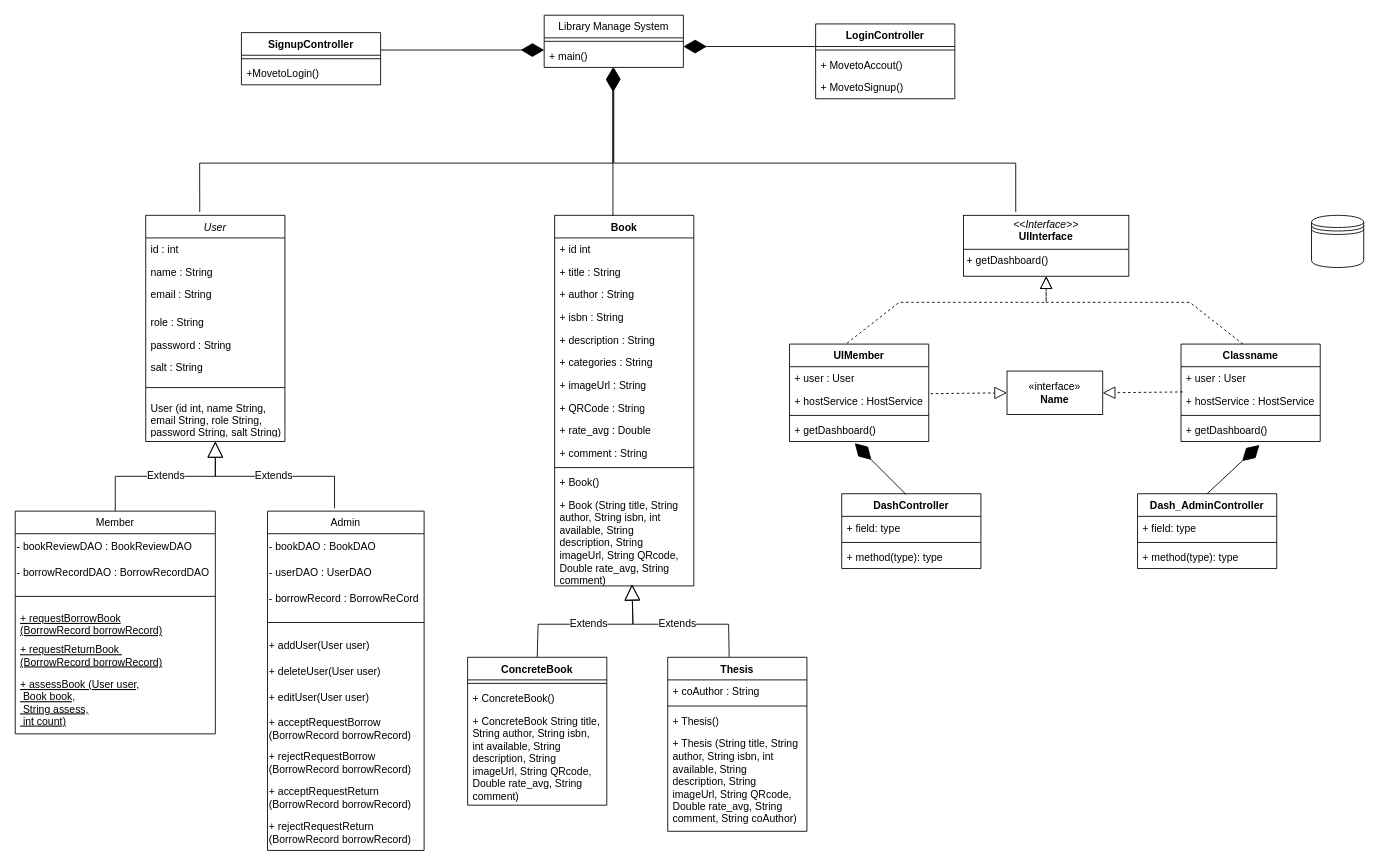
Above: diagram.drawio in Anhnguyen0812/BTL_OOP (draw.io), before the change. Source tidied: cells renumbered, new cells numbered last; positions are measured from the earlier drawing's top-left corner, leaving out a move shared by most shapes. Both pictures are drawn from the tidied source at 87%, with x=0, y=0 at pixel (15, 15).
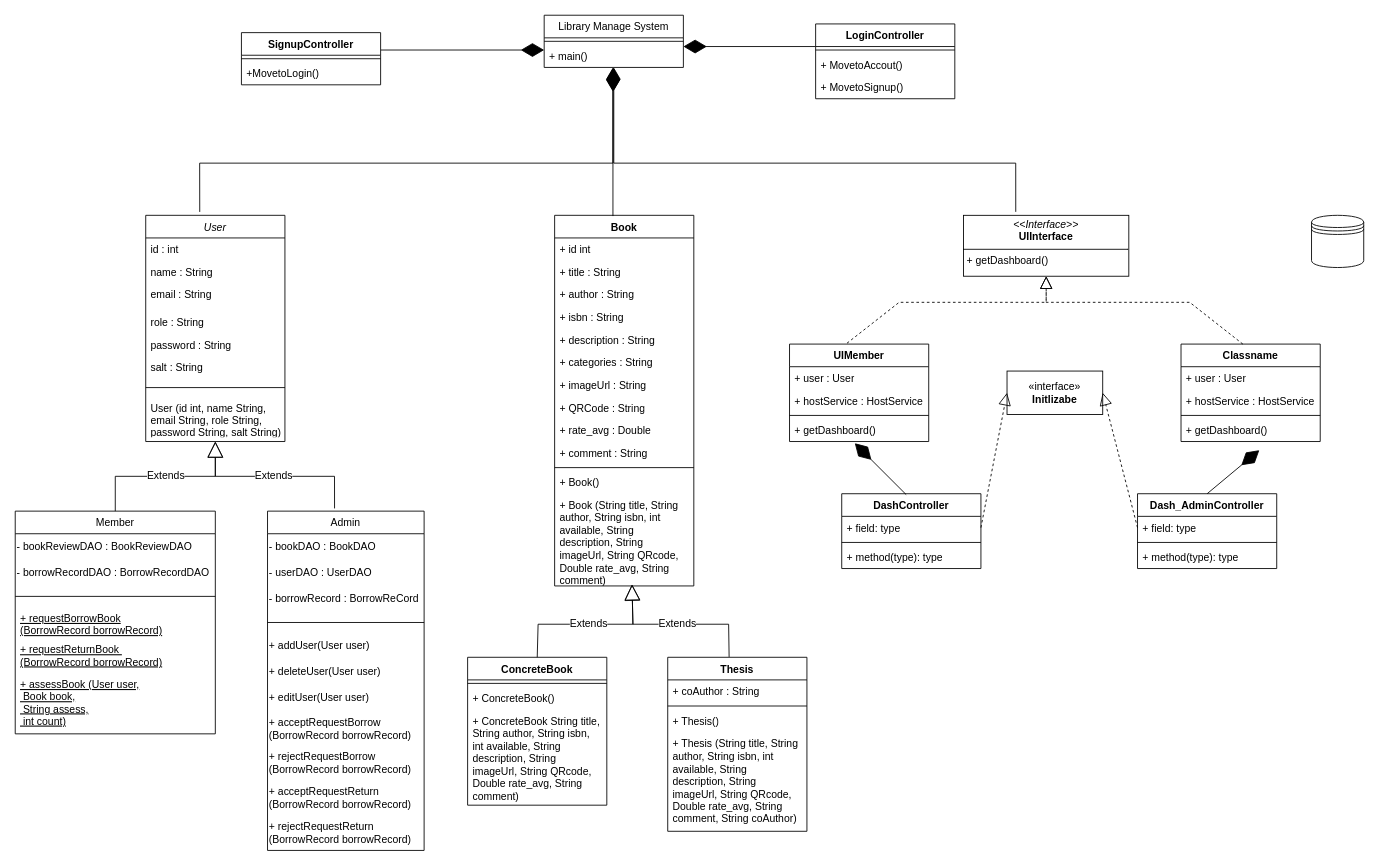
The same page after the edit.

Unchanged cells that the change refers to:
```xml
<mxCell id="70" value="+ hostService : HostService" style="text;strokeColor=none;fillColor=none;align=left;verticalAlign=top;spacingLeft=4;spacingRight=4;overflow=hidden;points=[[0,0.5],[1,0.5]];portConstraint=eastwest;whiteSpace=wrap;html=1;fontFamily=Helvetica;fontSize=12;fontColor=default;" parent="68" vertex="1">
  <mxGeometry y="52" width="160" height="26" as="geometry" />
</mxCell>
<mxCell id="75" value="+ hostService : HostService" style="text;strokeColor=none;fillColor=none;align=left;verticalAlign=top;spacingLeft=4;spacingRight=4;overflow=hidden;points=[[0,0.5],[1,0.5]];portConstraint=eastwest;whiteSpace=wrap;html=1;fontFamily=Helvetica;fontSize=12;fontColor=default;" parent="73" vertex="1">
  <mxGeometry y="52" width="160" height="26" as="geometry" />
</mxCell>
<mxCell id="77" value="+ getDashboard()" style="text;strokeColor=none;fillColor=none;align=left;verticalAlign=top;spacingLeft=4;spacingRight=4;overflow=hidden;points=[[0,0.5],[1,0.5]];portConstraint=eastwest;whiteSpace=wrap;html=1;fontFamily=Helvetica;fontSize=12;fontColor=default;" parent="73" vertex="1">
  <mxGeometry y="86" width="160" height="26" as="geometry" />
</mxCell>
<mxCell id="79" value="+ field: type" style="text;strokeColor=none;fillColor=none;align=left;verticalAlign=top;spacingLeft=4;spacingRight=4;overflow=hidden;points=[[0,0.5],[1,0.5]];portConstraint=eastwest;whiteSpace=wrap;html=1;fontFamily=Helvetica;fontSize=12;fontColor=default;" parent="78" vertex="1">
  <mxGeometry y="26" width="160" height="26" as="geometry" />
</mxCell>
<mxCell id="82" value="Dash_AdminController" style="swimlane;fontStyle=1;align=center;verticalAlign=top;horizontal=1;startSize=26;whiteSpace=wrap;html=1;spacingLeft=4;spacingRight=4;fontFamily=Helvetica;fontSize=12;fontColor=default;fillColor=none;gradientColor=none;" parent="1" vertex="1">
  <mxGeometry x="1290" y="550" width="160" height="86" as="geometry" />
</mxCell>
<mxCell id="83" value="+ field: type" style="text;strokeColor=none;fillColor=none;align=left;verticalAlign=top;spacingLeft=4;spacingRight=4;overflow=hidden;points=[[0,0.5],[1,0.5]];portConstraint=eastwest;whiteSpace=wrap;html=1;fontFamily=Helvetica;fontSize=12;fontColor=default;" parent="82" vertex="1">
  <mxGeometry y="26" width="160" height="26" as="geometry" />
</mxCell>
```

What changed in the source:
```diff
@@
-    <mxCell id="94" style="endArrow=diamondThin;endFill=1;endSize=24;html=1;rounded=0;fontFamily=Helvetica;fontSize=12;fontColor=default;entryX=0.563;entryY=1.154;entryDx=0;entryDy=0;entryPerimeter=0;exitX=0.5;exitY=0;exitDx=0;exitDy=0;" parent="1" edge="1" source="82" target="77">
-      <mxGeometry relative="1" as="geometry" />
+    <mxCell id="94" style="endArrow=diamondThin;endFill=1;endSize=24;html=1;rounded=0;fontFamily=Helvetica;fontSize=12;fontColor=default;exitX=0.5;exitY=0;exitDx=0;exitDy=0;" parent="1" edge="1" source="82">
+      <mxGeometry relative="1" as="geometry">
+        <mxPoint x="1430" y="500" as="targetPoint" />
+      </mxGeometry>
     </mxCell>
@@
-    <mxCell id="97" value="&amp;laquo;interface&amp;raquo;&lt;br&gt;&lt;b&gt;Name&lt;/b&gt;" style="html=1;whiteSpace=wrap;" parent="1" vertex="1">
+    <mxCell id="97" value="«interface»&lt;br&gt;&lt;b&gt;Initlizabe&lt;/b&gt;" style="html=1;whiteSpace=wrap;" parent="1" vertex="1">
       <mxGeometry x="1140" y="409" width="110" height="50" as="geometry" />
     </mxCell>
-    <mxCell id="98" style="endArrow=block;dashed=1;endFill=0;endSize=12;html=1;rounded=0;entryX=0;entryY=0.5;entryDx=0;entryDy=0;exitX=1.013;exitY=0.192;exitDx=0;exitDy=0;exitPerimeter=0;" parent="1" edge="1" source="70" target="97">
+    <mxCell id="98" style="endArrow=block;dashed=1;endFill=0;endSize=12;html=1;rounded=0;entryX=0;entryY=0.5;entryDx=0;entryDy=0;exitX=1;exitY=0.5;exitDx=0;exitDy=0;" parent="1" edge="1" source="79" target="97">
       <mxGeometry relative="1" as="geometry" />
     </mxCell>
-    <mxCell id="99" style="endArrow=block;dashed=1;endFill=0;endSize=12;html=1;rounded=0;entryX=1;entryY=0.5;entryDx=0;entryDy=0;exitX=0.013;exitY=0.115;exitDx=0;exitDy=0;exitPerimeter=0;" parent="1" edge="1" source="75" target="97">
+    <mxCell id="99" style="endArrow=block;dashed=1;endFill=0;endSize=12;html=1;rounded=0;entryX=1;entryY=0.5;entryDx=0;entryDy=0;exitX=0;exitY=0.5;exitDx=0;exitDy=0;" parent="1" edge="1" source="83" target="97">
       <mxGeometry relative="1" as="geometry" />
     </mxCell>
```
